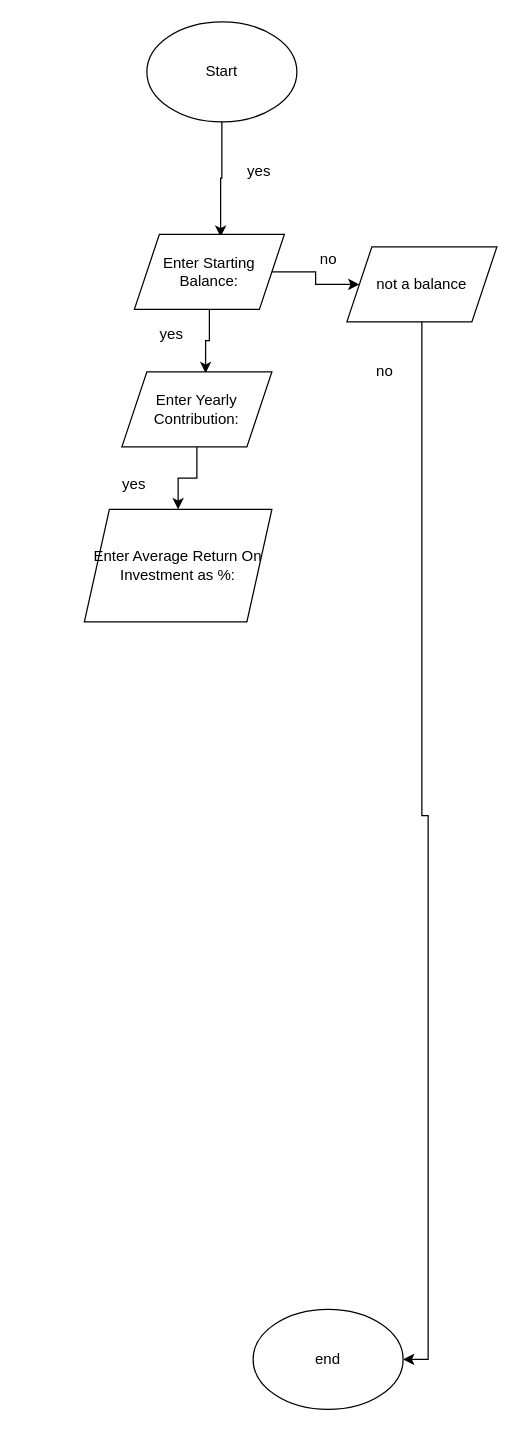
Earlier version of the draw.io diagram Untitled Diagram.drawio (ATM18/stuff). Source tidied: cells renumbered, new cells numbered last; positions are measured from the earlier drawing's top-left corner, leaving out a move shared by most shapes. Both pictures are drawn from the tidied source at 125%, with x=0, y=0 at pixel (84, 21).
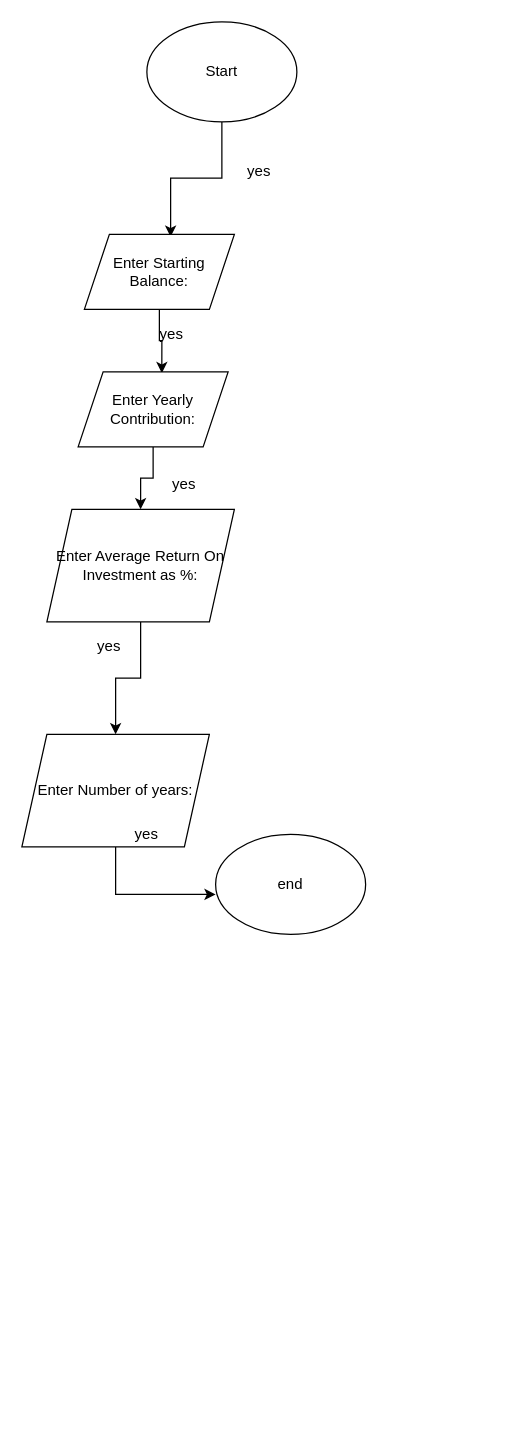
After the change.

Change to the diagram source:
```diff
@@
 <mxGraphModel>
   <root>
     <mxCell id="0" />
     <mxCell id="1" parent="0" />
     <mxCell id="2" style="edgeStyle=orthogonalEdgeStyle;rounded=0;jettySize=auto;html=1;exitX=0.5;exitY=1;exitDx=0;exitDy=0;entryX=0.575;entryY=0.033;entryDx=0;entryDy=0;entryPerimeter=0;" parent="1" edge="1" source="3" target="6">
       <mxGeometry relative="1" as="geometry" />
     </mxCell>
     <mxCell id="3" value="Start" style="ellipse;whiteSpace=wrap;html=1;" parent="1" vertex="1">
       <mxGeometry x="50" width="120" height="80" as="geometry" />
     </mxCell>
-    <mxCell id="4" style="edgeStyle=orthogonalEdgeStyle;rounded=0;jettySize=auto;html=1;exitX=1;exitY=0.5;exitDx=0;exitDy=0;entryX=0;entryY=0.5;entryDx=0;entryDy=0;" parent="1" edge="1" source="6" target="8">
-      <mxGeometry relative="1" as="geometry" />
-    </mxCell>
     <mxCell id="5" style="edgeStyle=orthogonalEdgeStyle;rounded=0;jettySize=auto;html=1;exitX=0.5;exitY=1;exitDx=0;exitDy=0;entryX=0.558;entryY=0.017;entryDx=0;entryDy=0;entryPerimeter=0;" parent="1" edge="1" source="6" target="13">
       <mxGeometry relative="1" as="geometry" />
     </mxCell>
     <mxCell id="6" value="Enter Starting Balance:" style="shape=parallelogram;perimeter=parallelogramPerimeter;whiteSpace=wrap;html=1;fixedSize=1;" parent="1" vertex="1">
-      <mxGeometry x="40" y="170" width="120" height="60" as="geometry" />
+      <mxGeometry y="170" width="120" height="60" as="geometry" />
     </mxCell>
-    <mxCell id="7" style="edgeStyle=orthogonalEdgeStyle;rounded=0;jettySize=auto;html=1;entryX=1;entryY=0.5;entryDx=0;entryDy=0;" parent="1" edge="1" source="8" target="11">
-      <mxGeometry relative="1" as="geometry" />
-    </mxCell>
-    <mxCell id="8" value="not a balance" style="shape=parallelogram;perimeter=parallelogramPerimeter;whiteSpace=wrap;html=1;fixedSize=1;" parent="1" vertex="1">
-      <mxGeometry x="210" y="180" width="120" height="60" as="geometry" />
-    </mxCell>
     <mxCell id="9" value="yes" style="text;html=1;strokeColor=none;fillColor=none;align=center;verticalAlign=middle;whiteSpace=wrap;rounded=0;" parent="1" vertex="1">
       <mxGeometry x="120" y="110" width="40" height="20" as="geometry" />
     </mxCell>
-    <mxCell id="10" value="&lt;div&gt;no&lt;/div&gt;" style="text;html=1;align=center;verticalAlign=middle;" parent="1" vertex="1">
-      <mxGeometry x="225" y="270" width="30" height="20" as="geometry" />
-    </mxCell>
     <mxCell id="11" value="end " style="ellipse;whiteSpace=wrap;html=1;" parent="1" vertex="1">
-      <mxGeometry x="135" y="1030" width="120" height="80" as="geometry" />
+      <mxGeometry x="105" y="650" width="120" height="80" as="geometry" />
     </mxCell>
     <mxCell id="12" style="edgeStyle=orthogonalEdgeStyle;rounded=0;jettySize=auto;html=1;exitX=0.5;exitY=1;exitDx=0;exitDy=0;" parent="1" edge="1" source="13" target="16">
       <mxGeometry relative="1" as="geometry" />
     </mxCell>
     <mxCell id="13" value="Enter Yearly Contribution:" style="shape=parallelogram;perimeter=parallelogramPerimeter;whiteSpace=wrap;html=1;fixedSize=1;" parent="1" vertex="1">
-      <mxGeometry x="30" y="280" width="120" height="60" as="geometry" />
+      <mxGeometry x="-5" y="280" width="120" height="60" as="geometry" />
     </mxCell>
-    <mxCell id="14" value="&lt;div&gt;no&lt;/div&gt;" style="text;html=1;align=center;verticalAlign=middle;" parent="1" vertex="1">
-      <mxGeometry x="180" y="180" width="30" height="20" as="geometry" />
-    </mxCell>
     <mxCell id="15" value="yes" style="text;html=1;strokeColor=none;fillColor=none;align=center;verticalAlign=middle;whiteSpace=wrap;rounded=0;" parent="1" vertex="1">
       <mxGeometry x="50" y="240" width="40" height="20" as="geometry" />
     </mxCell>
+    <mxCell id="18" style="edgeStyle=orthogonalEdgeStyle;rounded=0;jettySize=auto;html=1;exitX=0.5;exitY=1;exitDx=0;exitDy=0;entryX=0.5;entryY=0;entryDx=0;entryDy=0;" parent="1" edge="1" source="16" target="20">
+      <mxGeometry relative="1" as="geometry" />
+    </mxCell>
     <mxCell id="16" value="Enter Average Return On Investment as %:" style="shape=parallelogram;perimeter=parallelogramPerimeter;whiteSpace=wrap;html=1;fixedSize=1;" parent="1" vertex="1">
-      <mxGeometry y="390" width="150" height="90" as="geometry" />
+      <mxGeometry x="-30" y="390" width="150" height="90" as="geometry" />
     </mxCell>
     <mxCell id="17" value="yes" style="text;html=1;strokeColor=none;fillColor=none;align=center;verticalAlign=middle;whiteSpace=wrap;rounded=0;" parent="1" vertex="1">
-      <mxGeometry x="20" y="360" width="40" height="20" as="geometry" />
+      <mxGeometry x="60" y="360" width="40" height="20" as="geometry" />
     </mxCell>
+    <mxCell id="19" style="edgeStyle=orthogonalEdgeStyle;rounded=0;jettySize=auto;html=1;exitX=0.5;exitY=1;exitDx=0;exitDy=0;entryX=0;entryY=0.6;entryDx=0;entryDy=0;entryPerimeter=0;" parent="1" edge="1" source="20" target="11">
+      <mxGeometry relative="1" as="geometry" />
+    </mxCell>
+    <mxCell id="20" value="Enter Number of years:" style="shape=parallelogram;perimeter=parallelogramPerimeter;whiteSpace=wrap;html=1;fixedSize=1;" parent="1" vertex="1">
+      <mxGeometry x="-50" y="570" width="150" height="90" as="geometry" />
+    </mxCell>
+    <mxCell id="21" value="yes" style="text;html=1;strokeColor=none;fillColor=none;align=center;verticalAlign=middle;whiteSpace=wrap;rounded=0;" parent="1" vertex="1">
+      <mxGeometry y="490" width="40" height="20" as="geometry" />
+    </mxCell>
+    <mxCell id="22" value="yes" style="text;html=1;strokeColor=none;fillColor=none;align=center;verticalAlign=middle;whiteSpace=wrap;rounded=0;" parent="1" vertex="1">
+      <mxGeometry x="30" y="640" width="40" height="20" as="geometry" />
+    </mxCell>
   </root>
 </mxGraphModel>
```
